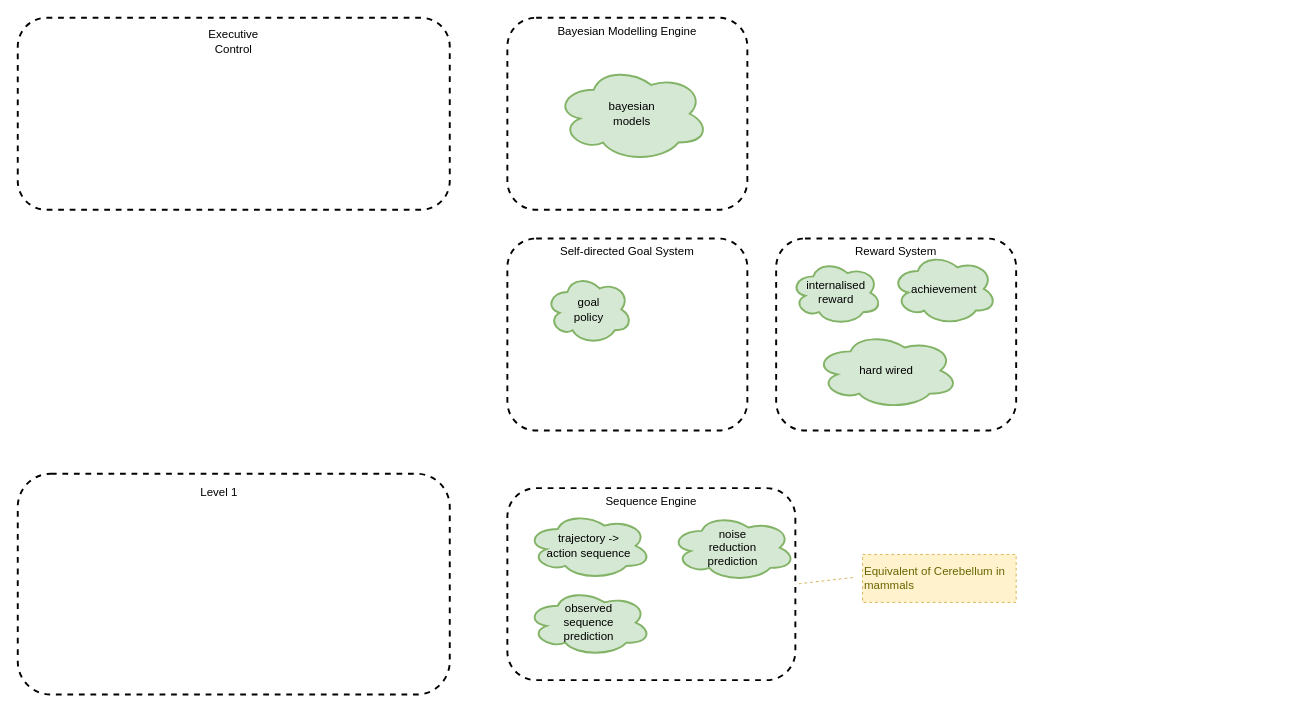
Earlier version of the draw.io diagram page "other-ideas" (8 of 8) of files/An-agi-architecture-v1.drawio (malcolmlett/malcolmlett.github.io). Source tidied: cells renumbered, new cells numbered last; positions are measured from the earlier drawing's top-left corner, leaving out a move shared by most shapes. Both pictures are drawn from the tidied source at 96%, with x=0, y=0 at pixel (17, 17).
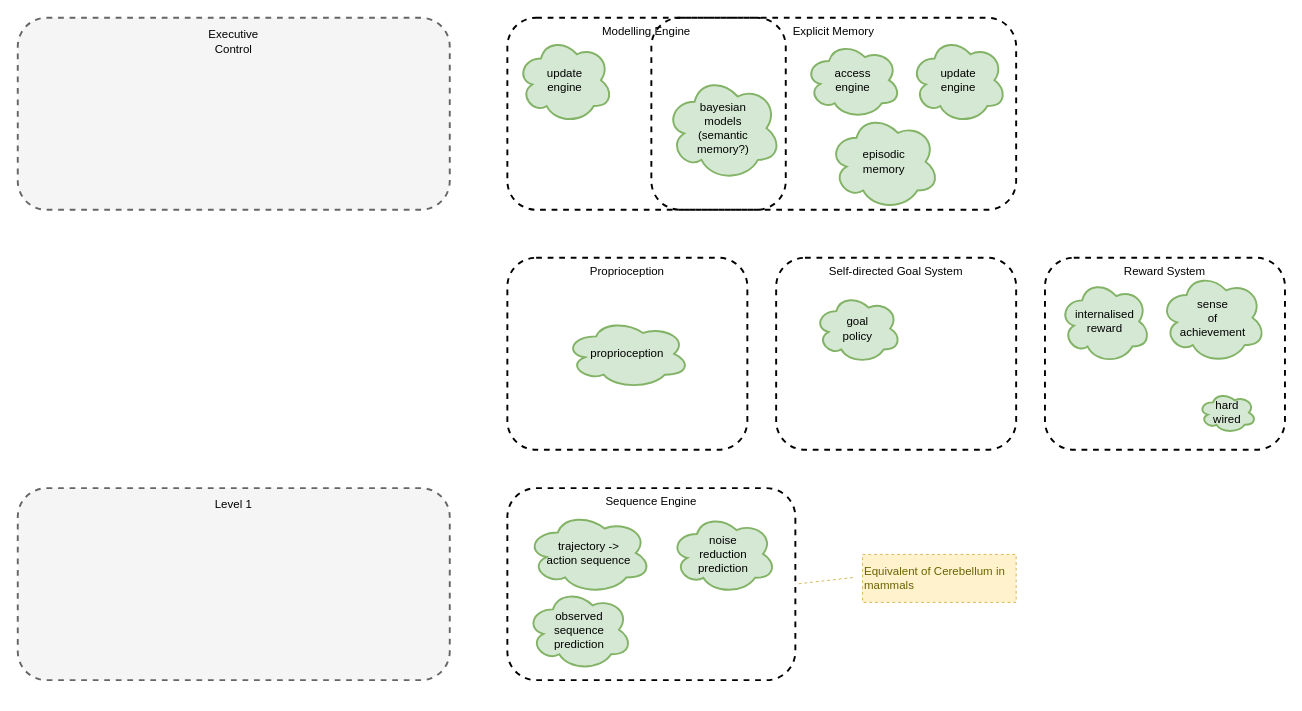
The same diagram, later.

Diff of the diagram source:
```diff
@@
+    <mxCell id="20" value="Explicit Memory" style="rounded=1;whiteSpace=wrap;html=1;fillColor=none;dashed=1;strokeWidth=2;align=center;horizontal=1;verticalAlign=top;" parent="1" vertex="1">
+      <mxGeometry x="660" width="380" height="200" as="geometry" />
+    </mxCell>
-    <mxCell id="2" style="rounded=1;whiteSpace=wrap;html=1;fillColor=none;dashed=1;strokeWidth=2;" parent="1" vertex="1">
-      <mxGeometry y="475" width="450" height="230" as="geometry" />
+    <mxCell id="2" style="rounded=1;whiteSpace=wrap;html=1;fillColor=#f5f5f5;dashed=1;strokeWidth=2;strokeColor=#666666;fontColor=#333333;" parent="1" vertex="1">
+      <mxGeometry y="490" width="450" height="200" as="geometry" />
     </mxCell>
     <mxCell id="3" value="Level 1" style="text;html=1;strokeColor=none;fillColor=none;align=center;verticalAlign=middle;whiteSpace=wrap;rounded=0;sketch=1;rotation=0;" parent="1" vertex="1">
-      <mxGeometry x="175" y="485" width="70" height="20" as="geometry" />
+      <mxGeometry x="190" y="497" width="70" height="20" as="geometry" />
     </mxCell>
-    <mxCell id="4" style="rounded=1;whiteSpace=wrap;html=1;fillColor=none;dashed=1;strokeWidth=2;" parent="1" vertex="1">
+    <mxCell id="4" style="rounded=1;whiteSpace=wrap;html=1;fillColor=#f5f5f5;dashed=1;strokeWidth=2;strokeColor=#666666;fontColor=#333333;" parent="1" vertex="1">
       <mxGeometry width="450" height="200" as="geometry" />
     </mxCell>
@@
-    <mxCell id="6" value="Bayesian Modelling Engine" style="rounded=1;whiteSpace=wrap;html=1;fillColor=none;dashed=1;strokeWidth=2;align=center;horizontal=1;verticalAlign=top;" parent="1" vertex="1">
-      <mxGeometry x="510" width="250" height="200" as="geometry" />
+    <mxCell id="6" value="Modelling Engine" style="rounded=1;whiteSpace=wrap;html=1;fillColor=none;dashed=1;strokeWidth=2;align=center;horizontal=1;verticalAlign=top;" parent="1" vertex="1">
+      <mxGeometry x="510" width="290" height="200" as="geometry" />
     </mxCell>
-    <mxCell id="7" value="bayesian&lt;br&gt;models" style="ellipse;shape=cloud;whiteSpace=wrap;html=1;rounded=0;labelBackgroundColor=none;sketch=0;strokeColor=#82b366;strokeWidth=2;fillColor=#d5e8d4;fontSize=12;align=center;" parent="1" vertex="1">
-      <mxGeometry x="560" y="50" width="160" height="100" as="geometry" />
+    <mxCell id="7" value="bayesian&lt;br&gt;models&lt;br&gt;(semantic&lt;br&gt;memory?)" style="ellipse;shape=cloud;whiteSpace=wrap;html=1;rounded=0;labelBackgroundColor=none;sketch=0;strokeColor=#82b366;strokeWidth=2;fillColor=#d5e8d4;fontSize=12;align=center;" parent="1" vertex="1">
+      <mxGeometry x="675" y="60" width="120" height="110" as="geometry" />
     </mxCell>
     <mxCell id="8" value="Self-directed Goal System" style="rounded=1;whiteSpace=wrap;html=1;fillColor=none;dashed=1;strokeWidth=2;align=center;horizontal=1;verticalAlign=top;" parent="1" vertex="1">
-      <mxGeometry x="510" y="230" width="250" height="200" as="geometry" />
+      <mxGeometry x="790" y="250" width="250" height="200" as="geometry" />
     </mxCell>
     <mxCell id="9" value="goal&lt;br&gt;policy" style="ellipse;shape=cloud;whiteSpace=wrap;html=1;rounded=0;labelBackgroundColor=none;sketch=0;strokeColor=#82b366;strokeWidth=2;fillColor=#d5e8d4;fontSize=12;align=center;" parent="1" vertex="1">
-      <mxGeometry x="550" y="267.5" width="90" height="72.5" as="geometry" />
+      <mxGeometry x="830" y="287.5" width="90" height="72.5" as="geometry" />
     </mxCell>
     <mxCell id="10" value="Reward System" style="rounded=1;whiteSpace=wrap;html=1;fillColor=none;dashed=1;strokeWidth=2;align=center;horizontal=1;verticalAlign=top;" parent="1" vertex="1">
-      <mxGeometry x="790" y="230" width="250" height="200" as="geometry" />
+      <mxGeometry x="1070" y="250" width="250" height="200" as="geometry" />
     </mxCell>
-    <mxCell id="11" value="achievement" style="ellipse;shape=cloud;whiteSpace=wrap;html=1;rounded=0;labelBackgroundColor=none;sketch=0;strokeColor=#82b366;strokeWidth=2;fillColor=#d5e8d4;fontSize=12;align=center;" parent="1" vertex="1">
-      <mxGeometry x="910" y="245" width="110" height="75" as="geometry" />
+    <mxCell id="11" value="sense&lt;br&gt;of&lt;br&gt;achievement" style="ellipse;shape=cloud;whiteSpace=wrap;html=1;rounded=0;labelBackgroundColor=none;sketch=0;strokeColor=#82b366;strokeWidth=2;fillColor=#d5e8d4;fontSize=12;align=center;" parent="1" vertex="1">
+      <mxGeometry x="1190" y="265" width="110" height="95" as="geometry" />
     </mxCell>
-    <mxCell id="12" value="hard wired" style="ellipse;shape=cloud;whiteSpace=wrap;html=1;rounded=0;labelBackgroundColor=none;sketch=0;strokeColor=#82b366;strokeWidth=2;fillColor=#d5e8d4;fontSize=12;align=center;" parent="1" vertex="1">
-      <mxGeometry x="830" y="327.5" width="150" height="80" as="geometry" />
+    <mxCell id="12" value="hard&lt;br&gt;wired" style="ellipse;shape=cloud;whiteSpace=wrap;html=1;rounded=0;labelBackgroundColor=none;sketch=0;strokeColor=#82b366;strokeWidth=2;fillColor=#d5e8d4;fontSize=12;align=center;" parent="1" vertex="1">
+      <mxGeometry x="1230" y="390" width="60" height="42.5" as="geometry" />
     </mxCell>
     <mxCell id="13" value="internalised&lt;br&gt;reward" style="ellipse;shape=cloud;whiteSpace=wrap;html=1;rounded=0;labelBackgroundColor=none;sketch=0;strokeColor=#82b366;strokeWidth=2;fillColor=#d5e8d4;fontSize=12;align=center;" parent="1" vertex="1">
-      <mxGeometry x="805" y="252.5" width="95" height="67.5" as="geometry" />
+      <mxGeometry x="1085" y="272.5" width="95" height="87.5" as="geometry" />
     </mxCell>
@@
     <mxCell id="15" value="trajectory -&amp;gt;&lt;br&gt;action sequence" style="ellipse;shape=cloud;whiteSpace=wrap;html=1;rounded=0;labelBackgroundColor=none;sketch=0;strokeColor=#82b366;strokeWidth=2;fillColor=#d5e8d4;fontSize=12;align=center;" parent="1" vertex="1">
-      <mxGeometry x="530" y="515" width="130" height="70" as="geometry" />
+      <mxGeometry x="530" y="515" width="130" height="85" as="geometry" />
     </mxCell>
     <mxCell id="16" value="observed&lt;br&gt;sequence&lt;br&gt;prediction" style="ellipse;shape=cloud;whiteSpace=wrap;html=1;rounded=0;labelBackgroundColor=none;sketch=0;strokeColor=#82b366;strokeWidth=2;fillColor=#d5e8d4;fontSize=12;align=center;" parent="1" vertex="1">
-      <mxGeometry x="530" y="595" width="130" height="70" as="geometry" />
+      <mxGeometry x="530" y="595" width="110" height="85" as="geometry" />
     </mxCell>
     <mxCell id="17" value="noise&lt;br&gt;reduction&lt;br&gt;prediction" style="ellipse;shape=cloud;whiteSpace=wrap;html=1;rounded=0;labelBackgroundColor=none;sketch=0;strokeColor=#82b366;strokeWidth=2;fillColor=#d5e8d4;fontSize=12;align=center;" parent="1" vertex="1">
-      <mxGeometry x="680" y="517" width="130" height="70" as="geometry" />
+      <mxGeometry x="680" y="517" width="110" height="83" as="geometry" />
     </mxCell>
@@
+    <mxCell id="21" value="episodic&lt;br&gt;memory" style="ellipse;shape=cloud;whiteSpace=wrap;html=1;rounded=0;labelBackgroundColor=none;sketch=0;strokeColor=#82b366;strokeWidth=2;fillColor=#d5e8d4;fontSize=12;align=center;" parent="1" vertex="1">
+      <mxGeometry x="845" y="100" width="115" height="100" as="geometry" />
+    </mxCell>
+    <mxCell id="22" value="update&lt;br&gt;engine" style="ellipse;shape=cloud;whiteSpace=wrap;html=1;rounded=0;labelBackgroundColor=none;sketch=0;strokeColor=#82b366;strokeWidth=2;fillColor=#d5e8d4;fontSize=12;align=center;" parent="1" vertex="1">
+      <mxGeometry x="520" y="20" width="100" height="90" as="geometry" />
+    </mxCell>
+    <mxCell id="23" value="update&lt;br&gt;engine" style="ellipse;shape=cloud;whiteSpace=wrap;html=1;rounded=0;labelBackgroundColor=none;sketch=0;strokeColor=#82b366;strokeWidth=2;fillColor=#d5e8d4;fontSize=12;align=center;" parent="1" vertex="1">
+      <mxGeometry x="930" y="20" width="100" height="90" as="geometry" />
+    </mxCell>
+    <mxCell id="24" value="access&lt;br&gt;engine" style="ellipse;shape=cloud;whiteSpace=wrap;html=1;rounded=0;labelBackgroundColor=none;sketch=0;strokeColor=#82b366;strokeWidth=2;fillColor=#d5e8d4;fontSize=12;align=center;" parent="1" vertex="1">
+      <mxGeometry x="820" y="25" width="100" height="80" as="geometry" />
+    </mxCell>
+    <mxCell id="25" value="Proprioception" style="rounded=1;whiteSpace=wrap;html=1;fillColor=none;dashed=1;strokeWidth=2;align=center;horizontal=1;verticalAlign=top;" parent="1" vertex="1">
+      <mxGeometry x="510" y="250" width="250" height="200" as="geometry" />
+    </mxCell>
+    <mxCell id="26" value="proprioception" style="ellipse;shape=cloud;whiteSpace=wrap;html=1;rounded=0;labelBackgroundColor=none;sketch=0;strokeColor=#82b366;strokeWidth=2;fillColor=#d5e8d4;fontSize=12;align=center;" parent="1" vertex="1">
+      <mxGeometry x="570" y="313.8" width="130" height="72.5" as="geometry" />
+    </mxCell>
```
